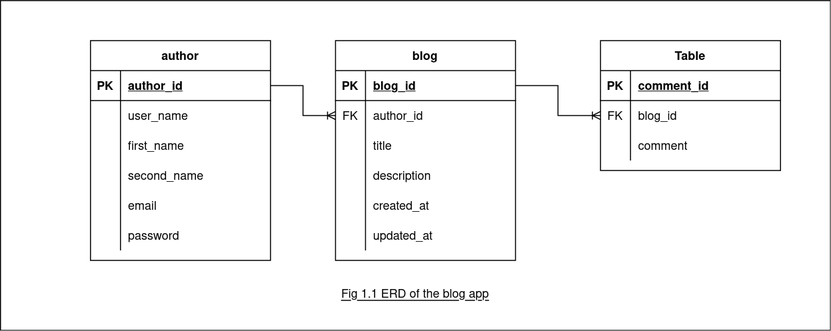
rodanr/nestjs-blog-rest-app keeps this draw.io diagram as erd_blog_app_fig_1_1.png. Above is the earlier version. Source tidied: cells renumbered, new cells last; positions are measured from the earlier drawing's top-left corner, leaving out a move shared by most shapes.
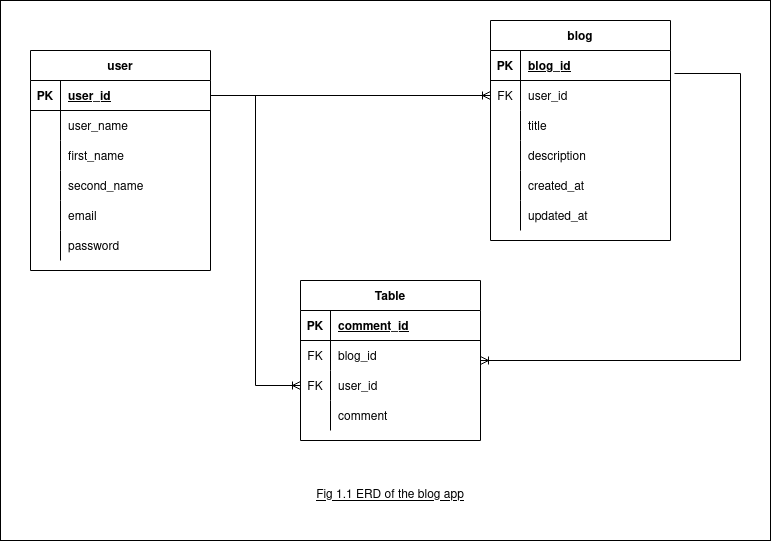
Later version of the same file.

Commit message:
updated schema diagram

Change to the diagram source:
```diff
@@ -3,10 +3,10 @@
     <mxCell id="0" />
     <mxCell id="1" parent="0" />
     <mxCell id="2" style="rounded=0;whiteSpace=wrap;html=1;" parent="1" vertex="1">
-      <mxGeometry width="830" height="330" as="geometry" />
+      <mxGeometry x="10" y="-10" width="770" height="540" as="geometry" />
     </mxCell>
-    <mxCell id="3" value="author" style="shape=table;startSize=30;rowLines=0;fontStyle=1;align=center;" parent="1" vertex="1">
-      <mxGeometry x="90" y="40" width="180" height="220" as="geometry" />
+    <mxCell id="3" value="user" style="shape=table;startSize=30;rowLines=0;fontStyle=1;align=center;" parent="1" vertex="1">
+      <mxGeometry x="40" y="40" width="180" height="220" as="geometry" />
     </mxCell>
     <mxCell id="4" style="shape=tableRow;horizontal=0;startSize=0;swimlaneHead=0;swimlaneBody=0;fillColor=none;points=[[0,0.5],[1,0.5]];portConstraint=eastwest;top=0;left=0;right=0;bottom=1;" parent="3" vertex="1">
       <mxGeometry y="30" width="180" height="30" as="geometry" />
@@ -14,7 +14,7 @@
     <mxCell id="5" value="PK" style="shape=partialRectangle;fillColor=none;top=0;left=0;bottom=0;right=0;fontStyle=1;overflow=hidden;" parent="4" vertex="1">
       <mxGeometry width="30" height="30" as="geometry" />
     </mxCell>
-    <mxCell id="6" value="author_id" style="shape=partialRectangle;fillColor=none;top=0;left=0;bottom=0;right=0;align=left;spacingLeft=6;fontStyle=5;overflow=hidden;" parent="4" vertex="1">
+    <mxCell id="6" value="user_id" style="shape=partialRectangle;fillColor=none;top=0;left=0;bottom=0;right=0;align=left;spacingLeft=6;fontStyle=5;overflow=hidden;" parent="4" vertex="1">
       <mxGeometry x="30" width="150" height="30" as="geometry" />
     </mxCell>
     <mxCell id="7" style="shape=tableRow;horizontal=0;startSize=0;swimlaneHead=0;swimlaneBody=0;fillColor=none;top=0;left=0;right=0;bottom=0;" parent="3" vertex="1">
@@ -63,7 +63,7 @@
       <mxGeometry x="30" width="150" height="30" as="geometry" />
     </mxCell>
     <mxCell id="22" value="blog" style="shape=table;startSize=30;rowLines=0;fontStyle=1;align=center;" parent="1" vertex="1">
-      <mxGeometry x="335" y="40" width="180" height="220" as="geometry" />
+      <mxGeometry x="500" y="10" width="180" height="220" as="geometry" />
     </mxCell>
     <mxCell id="23" style="shape=tableRow;horizontal=0;startSize=0;swimlaneHead=0;swimlaneBody=0;fillColor=none;points=[[0,0.5],[1,0.5]];portConstraint=eastwest;top=0;left=0;right=0;bottom=1;" parent="22" vertex="1">
       <mxGeometry y="30" width="180" height="30" as="geometry" />
@@ -80,7 +80,7 @@
     <mxCell id="27" value="FK" style="shape=partialRectangle;fillColor=none;top=0;left=0;bottom=0;right=0;overflow=hidden;" parent="26" vertex="1">
       <mxGeometry width="30" height="30" as="geometry" />
     </mxCell>
-    <mxCell id="28" value="author_id" style="shape=partialRectangle;fillColor=none;top=0;left=0;bottom=0;right=0;align=left;spacingLeft=6;overflow=hidden;" parent="26" vertex="1">
+    <mxCell id="28" value="user_id" style="shape=partialRectangle;fillColor=none;top=0;left=0;bottom=0;right=0;align=left;spacingLeft=6;overflow=hidden;" parent="26" vertex="1">
       <mxGeometry x="30" width="150" height="30" as="geometry" />
     </mxCell>
     <mxCell id="29" style="shape=tableRow;horizontal=0;startSize=0;swimlaneHead=0;swimlaneBody=0;fillColor=none;top=0;left=0;right=0;bottom=0;" parent="22" vertex="1">
@@ -122,14 +122,19 @@
     <mxCell id="41" style="edgeStyle=orthogonalEdgeStyle;fontSize=12;html=1;endArrow=ERoneToMany;rounded=0;exitX=1;exitY=0.5;exitDx=0;exitDy=0;entryX=0;entryY=0.5;entryDx=0;entryDy=0;" parent="1" edge="1" source="4" target="26">
       <mxGeometry relative="1" as="geometry" />
     </mxCell>
-    <mxCell id="42" style="fontSize=12;html=1;endArrow=ERoneToMany;rounded=0;exitX=1;exitY=0.5;exitDx=0;exitDy=0;entryX=0;entryY=0.5;entryDx=0;entryDy=0;edgeStyle=orthogonalEdgeStyle;" parent="1" edge="1" source="23" target="48">
-      <mxGeometry relative="1" as="geometry" />
+    <mxCell id="42" style="fontSize=12;html=1;endArrow=ERoneToMany;rounded=0;exitX=1.022;exitY=0.767;exitDx=0;exitDy=0;entryX=1;entryY=0.5;entryDx=0;entryDy=0;exitPerimeter=0;edgeStyle=orthogonalEdgeStyle;" parent="1" edge="1" source="23" target="44">
+      <mxGeometry relative="1" as="geometry">
+        <Array as="points">
+          <mxPoint x="750" y="63" />
+          <mxPoint x="750" y="350" />
+        </Array>
+      </mxGeometry>
     </mxCell>
     <mxCell id="43" value="&lt;u&gt;Fig 1.1 ERD of the blog app&lt;/u&gt;" style="text;html=1;strokeColor=none;fillColor=none;align=center;verticalAlign=middle;whiteSpace=wrap;rounded=0;" parent="1" vertex="1">
-      <mxGeometry x="325" y="280" width="180" height="30" as="geometry" />
+      <mxGeometry x="310" y="470" width="180" height="30" as="geometry" />
     </mxCell>
     <mxCell id="44" value="Table" style="shape=table;startSize=30;rowLines=0;fontStyle=1;align=center;" parent="1" vertex="1">
-      <mxGeometry x="600" y="40" width="180" height="130" as="geometry" />
+      <mxGeometry x="310" y="270" width="180" height="160" as="geometry" />
     </mxCell>
     <mxCell id="45" style="shape=tableRow;horizontal=0;startSize=0;swimlaneHead=0;swimlaneBody=0;fillColor=none;top=0;left=0;right=0;bottom=1;" parent="44" vertex="1">
       <mxGeometry y="30" width="180" height="30" as="geometry" />
@@ -152,11 +157,23 @@
     <mxCell id="51" style="shape=tableRow;horizontal=0;startSize=0;swimlaneHead=0;swimlaneBody=0;fillColor=none;points=[[0,0.5],[1,0.5]];portConstraint=eastwest;top=0;left=0;right=0;bottom=0;" parent="44" vertex="1">
       <mxGeometry y="90" width="180" height="30" as="geometry" />
     </mxCell>
-    <mxCell id="52" style="shape=partialRectangle;fillColor=none;top=0;left=0;bottom=0;right=0;overflow=hidden;" parent="51" vertex="1">
+    <mxCell id="52" value="FK" style="shape=partialRectangle;fillColor=none;top=0;left=0;bottom=0;right=0;overflow=hidden;" parent="51" vertex="1">
       <mxGeometry width="30" height="30" as="geometry" />
     </mxCell>
-    <mxCell id="53" value="comment" style="shape=partialRectangle;fillColor=none;top=0;left=0;bottom=0;right=0;align=left;spacingLeft=6;overflow=hidden;" parent="51" vertex="1">
+    <mxCell id="53" value="user_id" style="shape=partialRectangle;fillColor=none;top=0;left=0;bottom=0;right=0;align=left;spacingLeft=6;overflow=hidden;" parent="51" vertex="1">
       <mxGeometry x="30" width="150" height="30" as="geometry" />
     </mxCell>
+    <mxCell id="54" style="shape=tableRow;horizontal=0;startSize=0;swimlaneHead=0;swimlaneBody=0;fillColor=none;top=0;left=0;right=0;bottom=0;" parent="44" vertex="1">
+      <mxGeometry y="120" width="180" height="30" as="geometry" />
+    </mxCell>
+    <mxCell id="55" style="shape=partialRectangle;fillColor=none;top=0;left=0;bottom=0;right=0;overflow=hidden;" parent="54" vertex="1">
+      <mxGeometry width="30" height="30" as="geometry" />
+    </mxCell>
+    <mxCell id="56" value="comment" style="shape=partialRectangle;fillColor=none;top=0;left=0;bottom=0;right=0;align=left;spacingLeft=6;overflow=hidden;" parent="54" vertex="1">
+      <mxGeometry x="30" width="150" height="30" as="geometry" />
+    </mxCell>
+    <mxCell id="57" style="edgeStyle=orthogonalEdgeStyle;fontSize=12;html=1;endArrow=ERoneToMany;rounded=0;entryX=0;entryY=0.5;entryDx=0;entryDy=0;exitX=1;exitY=0.5;exitDx=0;exitDy=0;" parent="1" edge="1" source="4" target="51">
+      <mxGeometry relative="1" as="geometry" />
+    </mxCell>
   </root>
 </mxGraphModel>
```
